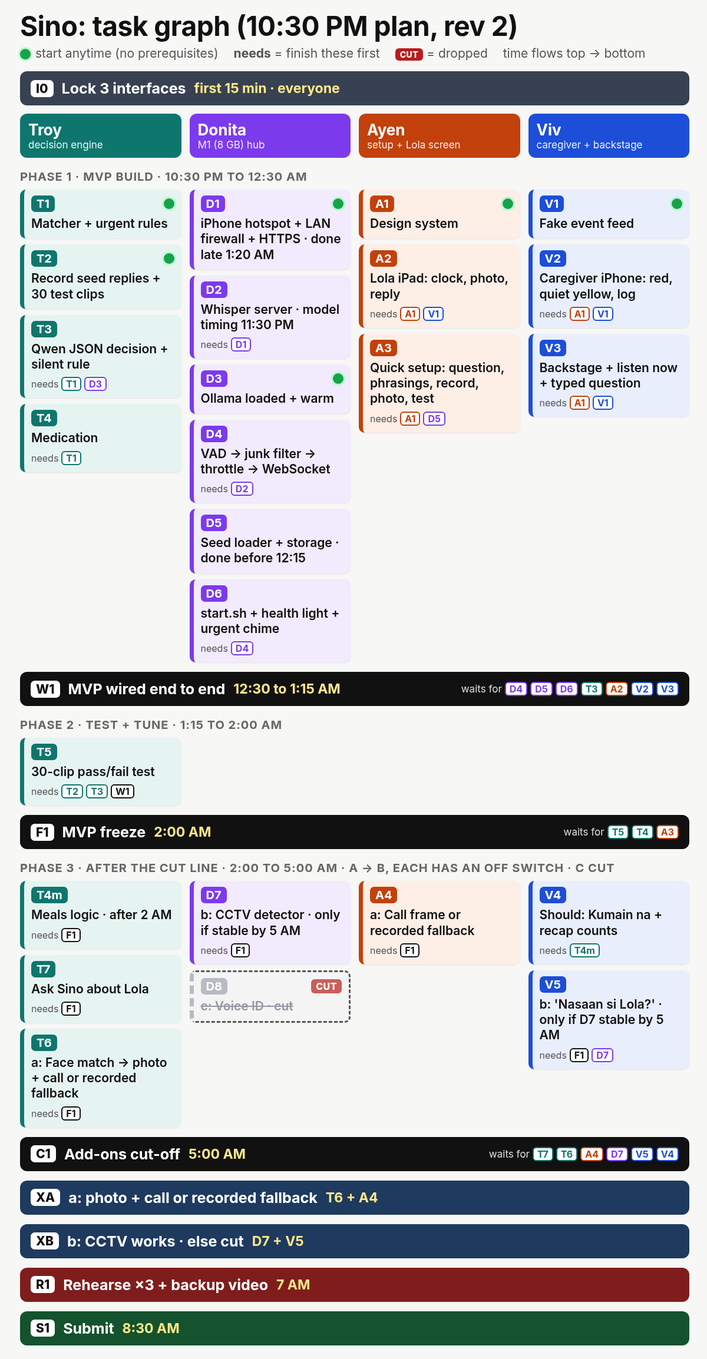
The Mermaid diagram docs/sino/task-graph.png in Troy-LL/appsolutely, before a commit. Its source is kept beside it as docs/sino/task-graph.mmd.
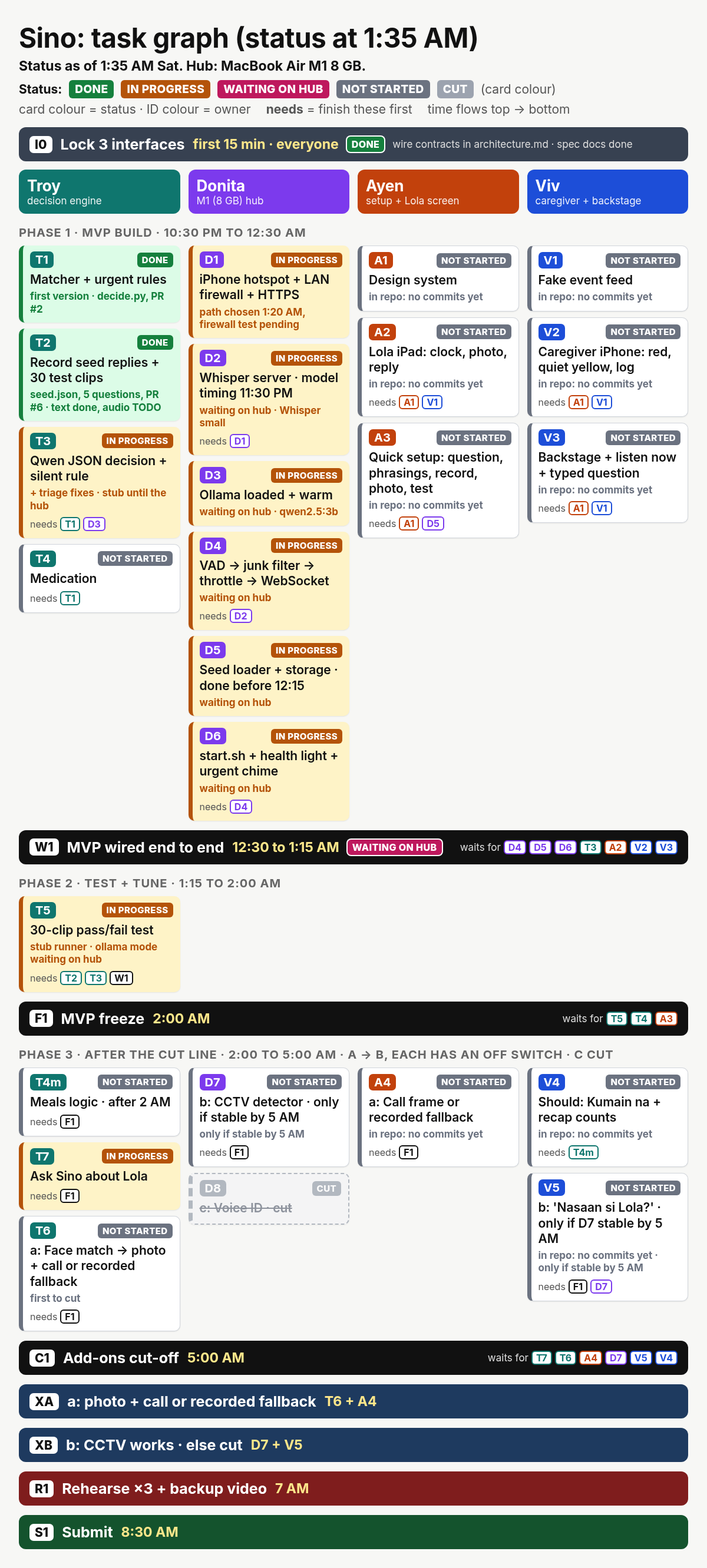
The same diagram one commit later.

Commit message:
Show where each Sino task stands at 1:35 AM so the team knows what is waiting on the hub

The edit, as a diff of the source:
```diff
@@ -1,38 +1,45 @@
 flowchart TD
-  I0[I0 Lock 3 interfaces · 15 min · all]
+  I0[I0 Lock 3 interfaces · 15 min · all<br/>✓ done: wire contracts in architecture.md]
 
   subgraph Troy["Troy · decision engine"]
-    T1[T1 Matcher + urgent rules]
-    T2[T2 Record seed replies + 30 test clips]
-    T3[T3 Qwen JSON decision + silent rule]
+    T1[T1 Matcher + urgent rules<br/>✓ first version, decide.py PR #2]
+    T2[T2 Record seed replies + 30 test clips<br/>✓ text done, audio TODO · PR #6]
+    T3[T3 Qwen JSON decision + silent rule<br/>in progress: + triage fixes, stub until hub]
     T4[T4 Medication]
     T4m[Meals logic · after 2 AM]
-    T5[T5 30-clip pass/fail test]
-    T7[T7 Ask Sino about Lola]
-    T6[T6 a: Face match → photo + call or recorded fallback]
+    T5[T5 30-clip pass/fail test<br/>in progress: stub runner · ollama mode waits on hub]
+    T7[T7 Ask Sino about Lola<br/>in progress]
+    T6[T6 a: Face match → photo + call or recorded fallback<br/>first to cut]
   end
   subgraph Donita["Donita · M1 (8 GB) hub"]
-    D1[D1 iPhone hotspot + LAN firewall + HTTPS · done late 1:20 AM]
-    D2[D2 Whisper server · model timing 11:30 PM]
-    D3[D3 Ollama loaded + warm]
-    D4[D4 VAD → junk filter → throttle → WebSocket]
-    D5[D5 Seed loader + storage · done before 12:15]
-    D6[D6 start.sh + health light + urgent chime]
+    D1[D1 iPhone hotspot + LAN firewall + HTTPS<br/>path chosen 1:20 AM, firewall test pending]
+    D2[D2 Whisper server · model timing 11:30 PM<br/>in progress · waiting on hub]
+    D3[D3 Ollama loaded + warm<br/>in progress · waiting on hub]
+    D4[D4 VAD → junk filter → throttle → WebSocket<br/>in progress · waiting on hub]
+    D5[D5 Seed loader + storage · done before 12:15<br/>in progress · waiting on hub]
+    D6[D6 start.sh + health light + urgent chime<br/>in progress · waiting on hub]
     D7[D7 b: CCTV detector · only if stable by 5 AM]
     D8[D8 c: Voice ID · cut]
   end
   subgraph Ayen["Ayen · setup + Lola screen"]
-    A1[A1 Design system]
-    A2[A2 Lola iPad: clock, photo, reply]
-    A3[A3 Quick setup: question, phrasings, record, photo, test]
-    A4[A4 a: Call frame or recorded fallback]
+    A1[A1 Design system<br/>not started in repo]
+    A2[A2 Lola iPad: clock, photo, reply<br/>not started in repo]
+    A3[A3 Quick setup: question, phrasings, record, photo, test<br/>not started in repo]
+    A4[A4 a: Call frame or recorded fallback<br/>not started in repo]
   end
   subgraph Viv["Viviene · caregiver + backstage"]
-    V1[V1 Fake event feed]
-    V2[V2 Caregiver iPhone: red, quiet yellow, log]
-    V3[V3 Backstage + listen now + typed question]
-    V4[V4 Should: Kumain na + recap counts]
-    V5[V5 b: 'Nasaan si Lola?' · only if D7 stable by 5 AM]
+    V1[V1 Fake event feed<br/>not started in repo]
+    V2[V2 Caregiver iPhone: red, quiet yellow, log<br/>not started in repo]
+    V3[V3 Backstage + listen now + typed question<br/>not started in repo]
+    V4[V4 Should: Kumain na + recap counts<br/>not started in repo]
+    V5[V5 b: 'Nasaan si Lola?' · only if D7 stable by 5 AM<br/>not started in repo]
+  end
+  subgraph Legend["Status at 1:35 AM Sat"]
+    L1[Done]
+    L2[In progress]
+    L3[Waiting on hub]
+    L4[Not started]
+    L5[Cut]
   end
 
   I0 --> T1 & D4 & D5 & V1
@@ -44,7 +51,7 @@
   A1 --> A2 & A3 & V2 & V3
   V1 --> A2 & V2 & V3
   D5 --> A3
-  D4 & D5 & D6 & T3 & A2 & V2 & V3 --> W[W1 MVP wired · 12:30–1:15 AM]
+  D4 & D5 & D6 & T3 & A2 & V2 & V3 --> W[W1 MVP wired · 12:30–1:15 AM<br/>waiting on hub]
   W --> T5 --> F[F1 MVP freeze · 2 AM]
   T4 & A3 --> F
   F --> T4m --> V4
@@ -57,3 +64,14 @@
   F --> T7 --> C
   C --> R[R1 Rehearse ×3 + backup video · 7 AM]
   R --> S[S1 Submit · 8:30 AM]
+
+  classDef done fill:#dcfce7,stroke:#15803d,stroke-width:2px,color:#111
+  classDef doing fill:#fef3c7,stroke:#b45309,stroke-width:2px,color:#111
+  classDef hub fill:#fce7f3,stroke:#be185d,stroke-width:2px,color:#111
+  classDef todo fill:#ffffff,stroke:#6b7280,color:#111
+  classDef cut fill:#f3f4f6,stroke:#9ca3af,stroke-dasharray:5 5,color:#6b7280
+  class I0,T1,T2,L1 done
+  class T3,T5,T7,D1,D2,D3,D4,D5,D6,L2 doing
+  class W,L3 hub
+  class T4,T4m,T6,D7,A1,A2,A3,A4,V1,V2,V3,V4,V5,XA,XB,F,C,R,S,L4 todo
+  class D8,L5 cut
```
